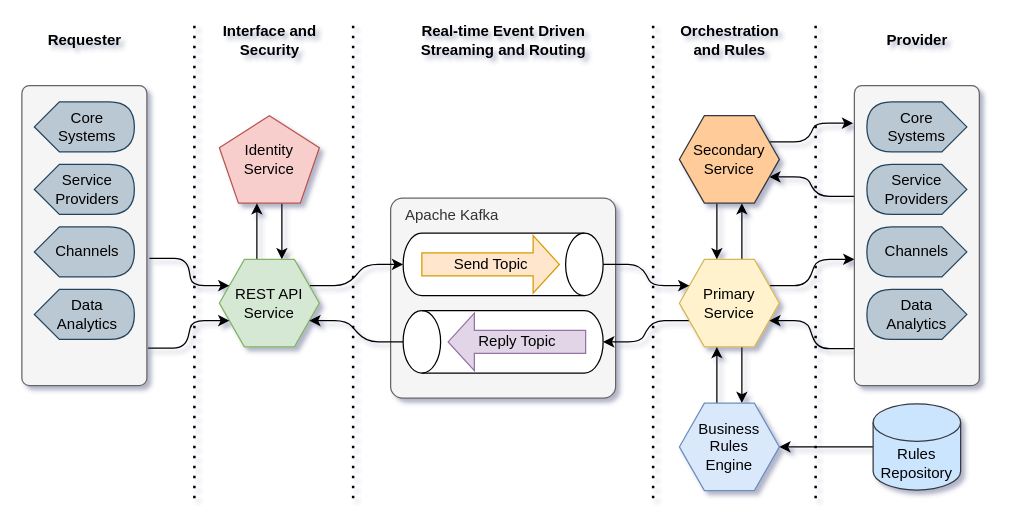
Earlier version of the draw.io diagram page "Proposed Design" (1 of 8) of Microservice Architecture.drawio (badenhorstp/readme). Source tidied: cells renumbered, new cells numbered last; positions are measured from the earlier drawing's top-left corner, leaving out a move shared by most shapes. Both pictures are drawn from the tidied source at 125%, with x=0, y=0 at pixel (21, 21).
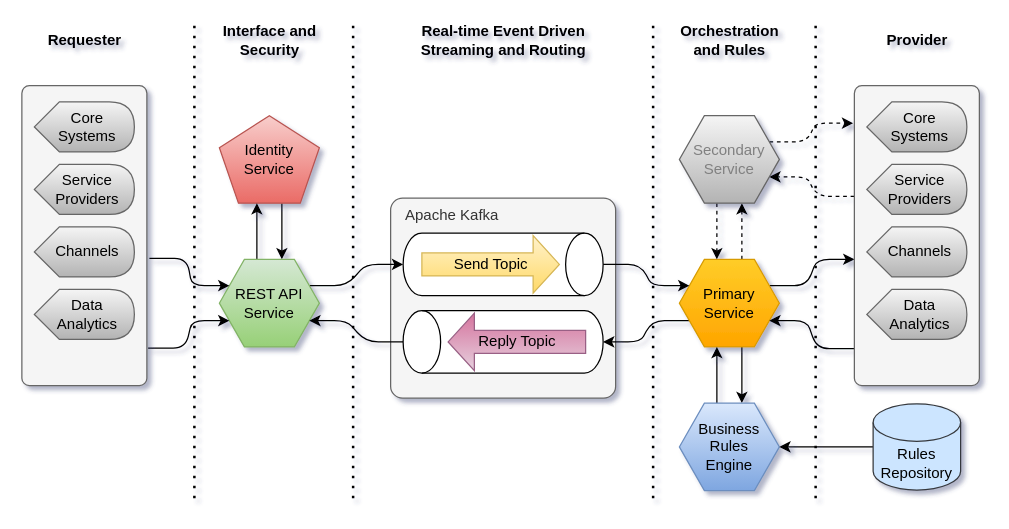
The same diagram, later.

The change refers to these unchanged cells:
```xml
<mxCell id="16" style="rounded=1;whiteSpace=wrap;html=1;arcSize=6;align=center;horizontal=1;verticalAlign=middle;spacingLeft=0;fillColor=#f5f5f5;strokeColor=#666666;fontColor=#333333;shadow=0;" parent="1" vertex="1">
  <mxGeometry x="666" y="51" width="100" height="240" as="geometry" />
</mxCell>
```

What changed in the source:
```diff
@@
-    <mxCell id="4" value="Identity&lt;br&gt;Service" style="whiteSpace=wrap;html=1;shape=mxgraph.basic.pentagon;fillColor=#f8cecc;strokeColor=#b85450;shadow=0;" parent="1" vertex="1">
+    <mxCell id="4" value="Identity&lt;br&gt;Service" style="whiteSpace=wrap;html=1;shape=mxgraph.basic.pentagon;fillColor=#f8cecc;strokeColor=#b85450;shadow=0;gradientColor=#ea6b66;" parent="1" vertex="1">
       <mxGeometry x="158" y="75" width="80" height="70" as="geometry" />
     </mxCell>
@@
-    <mxCell id="7" value="REST API&lt;br&gt;Service" style="shape=hexagon;perimeter=hexagonPerimeter2;whiteSpace=wrap;html=1;fixedSize=1;fillColor=#d5e8d4;strokeColor=#82b366;shadow=0;rounded=0;" parent="1" vertex="1">
+    <mxCell id="7" value="REST API&lt;br&gt;Service" style="shape=hexagon;perimeter=hexagonPerimeter2;whiteSpace=wrap;html=1;fixedSize=1;fillColor=#d5e8d4;strokeColor=#82b366;shadow=0;rounded=0;gradientColor=#97d077;" parent="1" vertex="1">
       <mxGeometry x="158" y="190" width="80" height="70" as="geometry" />
     </mxCell>
@@
-    <mxCell id="9" style="edgeStyle=none;rounded=0;jettySize=auto;html=1;exitX=0.625;exitY=0;exitDx=0;exitDy=0;entryX=0.625;entryY=1;entryDx=0;entryDy=0;" parent="1" edge="1" source="12" target="19">
+    <mxCell id="9" style="edgeStyle=none;rounded=0;jettySize=auto;html=1;exitX=0.625;exitY=0;exitDx=0;exitDy=0;entryX=0.625;entryY=1;entryDx=0;entryDy=0;dashed=1;" parent="1" edge="1" source="12" target="19">
       <mxGeometry relative="1" as="geometry" />
     </mxCell>
@@
-    <mxCell id="12" value="Primary Service" style="shape=hexagon;perimeter=hexagonPerimeter2;whiteSpace=wrap;html=1;fixedSize=1;fillColor=#fff2cc;strokeColor=#d6b656;shadow=0;" parent="1" vertex="1">
+    <mxCell id="12" value="Primary Service" style="shape=hexagon;perimeter=hexagonPerimeter2;whiteSpace=wrap;html=1;fixedSize=1;fillColor=#ffcd28;strokeColor=#d79b00;shadow=0;gradientColor=#ffa500;" parent="1" vertex="1">
       <mxGeometry x="526" y="190" width="80" height="70" as="geometry" />
     </mxCell>
@@
-    <mxCell id="15" style="edgeStyle=entityRelationEdgeStyle;rounded=1;jettySize=auto;html=1;exitX=0;exitY=0.369;exitDx=0;exitDy=0;entryX=1;entryY=0.75;entryDx=0;entryDy=0;exitPerimeter=0;" parent="1" edge="1" source="16" target="19">
+    <mxCell id="15" style="edgeStyle=entityRelationEdgeStyle;rounded=1;jettySize=auto;html=1;exitX=0;exitY=0.369;exitDx=0;exitDy=0;entryX=1;entryY=0.75;entryDx=0;entryDy=0;exitPerimeter=0;dashed=1;" parent="1" edge="1" source="16" target="19">
       <mxGeometry relative="1" as="geometry" />
     </mxCell>
@@
-    <mxCell id="17" style="edgeStyle=none;rounded=0;jettySize=auto;html=1;exitX=0.375;exitY=1;exitDx=0;exitDy=0;entryX=0.375;entryY=0;entryDx=0;entryDy=0;" parent="1" edge="1" source="19" target="12">
+    <mxCell id="17" style="edgeStyle=none;rounded=0;jettySize=auto;html=1;exitX=0.375;exitY=1;exitDx=0;exitDy=0;entryX=0.375;entryY=0;entryDx=0;entryDy=0;dashed=1;" parent="1" edge="1" source="19" target="12">
       <mxGeometry relative="1" as="geometry" />
     </mxCell>
-    <mxCell id="18" style="edgeStyle=entityRelationEdgeStyle;rounded=1;jettySize=auto;html=1;exitX=1;exitY=0.25;exitDx=0;exitDy=0;" parent="1" edge="1" source="19">
+    <mxCell id="18" style="edgeStyle=entityRelationEdgeStyle;rounded=1;jettySize=auto;html=1;exitX=1;exitY=0.25;exitDx=0;exitDy=0;dashed=1;" parent="1" edge="1" source="19">
       <mxGeometry relative="1" as="geometry">
         <mxPoint x="665" y="81" as="targetPoint" />
       </mxGeometry>
     </mxCell>
-    <mxCell id="19" value="Secondary Service" style="shape=hexagon;perimeter=hexagonPerimeter2;whiteSpace=wrap;html=1;fixedSize=1;fillColor=#ffcc99;strokeColor=#36393d;shadow=0;" parent="1" vertex="1">
+    <mxCell id="19" value="Secondary Service" style="shape=hexagon;perimeter=hexagonPerimeter2;whiteSpace=wrap;html=1;fixedSize=1;strokeColor=#666666;shadow=0;fillColor=#f5f5f5;gradientColor=#b3b3b3;fontColor=#808080;" parent="1" vertex="1">
       <mxGeometry x="526" y="75" width="80" height="70" as="geometry" />
     </mxCell>
@@
-    <mxCell id="22" value="Send Topic" style="html=1;shadow=0;dashed=0;align=center;verticalAlign=middle;shape=mxgraph.arrows2.arrow;dy=0.6;dx=21;notch=0;fillColor=#ffe6cc;strokeColor=#d79b00;" parent="1" vertex="1">
+    <mxCell id="22" value="Send Topic" style="html=1;shadow=0;dashed=0;align=center;verticalAlign=middle;shape=mxgraph.arrows2.arrow;dy=0.6;dx=21;notch=0;fillColor=#fff2cc;strokeColor=#d6b656;gradientColor=#ffd966;" parent="1" vertex="1">
       <mxGeometry x="320" y="171" width="110" height="46" as="geometry" />
     </mxCell>
@@
-    <mxCell id="24" value="Reply Topic" style="html=1;shadow=0;dashed=0;align=center;verticalAlign=middle;shape=mxgraph.arrows2.arrow;dy=0.6;dx=21;notch=0;fillColor=#e1d5e7;strokeColor=#9673a6;direction=west;" parent="1" vertex="1">
+    <mxCell id="24" value="Reply Topic" style="html=1;shadow=0;dashed=0;align=center;verticalAlign=middle;shape=mxgraph.arrows2.arrow;dy=0.6;dx=21;notch=0;fillColor=#e6d0de;strokeColor=#996185;direction=west;gradientColor=#d5739d;" parent="1" vertex="1">
       <mxGeometry x="341" y="233" width="110" height="46" as="geometry" />
     </mxCell>
@@
-    <mxCell id="36" value="Business Rules&lt;br&gt;Engine" style="shape=hexagon;perimeter=hexagonPerimeter2;whiteSpace=wrap;html=1;fixedSize=1;fillColor=#dae8fc;strokeColor=#6c8ebf;shadow=0;" parent="1" vertex="1">
+    <mxCell id="36" value="Business Rules&lt;br&gt;Engine" style="shape=hexagon;perimeter=hexagonPerimeter2;whiteSpace=wrap;html=1;fixedSize=1;fillColor=#dae8fc;strokeColor=#6c8ebf;shadow=0;gradientColor=#7ea6e0;" parent="1" vertex="1">
       <mxGeometry x="526" y="305" width="80" height="70" as="geometry" />
     </mxCell>
@@
-    <mxCell id="39" value="Core&lt;br&gt;Systems" style="shape=display;whiteSpace=wrap;html=1;rounded=0;shadow=0;glass=0;sketch=0;align=center;spacingLeft=5;fillColor=#bac8d3;strokeColor=#23445d;" parent="1" vertex="1">
+    <mxCell id="39" value="Core&lt;br&gt;Systems" style="shape=display;whiteSpace=wrap;html=1;rounded=0;shadow=0;glass=0;sketch=0;align=center;spacingLeft=5;fillColor=#f5f5f5;strokeColor=#666666;gradientColor=#b3b3b3;" parent="1" vertex="1">
       <mxGeometry x="10" y="64" width="80" height="40" as="geometry" />
     </mxCell>
-    <mxCell id="40" value="Service Providers" style="shape=display;whiteSpace=wrap;html=1;rounded=0;shadow=0;glass=0;sketch=0;align=center;spacingTop=0;spacingLeft=5;fillColor=#bac8d3;strokeColor=#23445d;" parent="1" vertex="1">
+    <mxCell id="40" value="Service Providers" style="shape=display;whiteSpace=wrap;html=1;rounded=0;shadow=0;glass=0;sketch=0;align=center;spacingTop=0;spacingLeft=5;fillColor=#f5f5f5;strokeColor=#666666;gradientColor=#b3b3b3;" parent="1" vertex="1">
       <mxGeometry x="10" y="114" width="80" height="40" as="geometry" />
     </mxCell>
-    <mxCell id="41" value="Channels" style="shape=display;whiteSpace=wrap;html=1;rounded=0;shadow=0;glass=0;sketch=0;align=center;spacingTop=0;spacingLeft=5;fillColor=#bac8d3;strokeColor=#23445d;" parent="1" vertex="1">
+    <mxCell id="41" value="Channels" style="shape=display;whiteSpace=wrap;html=1;rounded=0;shadow=0;glass=0;sketch=0;align=center;spacingTop=0;spacingLeft=5;fillColor=#f5f5f5;strokeColor=#666666;gradientColor=#b3b3b3;" parent="1" vertex="1">
       <mxGeometry x="10" y="164" width="80" height="40" as="geometry" />
     </mxCell>
-    <mxCell id="42" value="Data&lt;br&gt;Analytics" style="shape=display;whiteSpace=wrap;html=1;rounded=0;shadow=0;glass=0;sketch=0;align=center;spacingTop=0;spacingLeft=5;fillColor=#bac8d3;strokeColor=#23445d;" parent="1" vertex="1">
+    <mxCell id="42" value="Data&lt;br&gt;Analytics" style="shape=display;whiteSpace=wrap;html=1;rounded=0;shadow=0;glass=0;sketch=0;align=center;spacingTop=0;spacingLeft=5;fillColor=#f5f5f5;strokeColor=#666666;gradientColor=#b3b3b3;" parent="1" vertex="1">
       <mxGeometry x="10" y="214" width="80" height="40" as="geometry" />
     </mxCell>
-    <mxCell id="43" value="Core&lt;br&gt;Systems" style="shape=display;whiteSpace=wrap;html=1;rounded=0;shadow=0;glass=0;sketch=0;align=center;spacingLeft=0;direction=west;fillColor=#bac8d3;strokeColor=#23445d;" parent="1" vertex="1">
+    <mxCell id="43" value="Core&lt;br&gt;Systems" style="shape=display;whiteSpace=wrap;html=1;rounded=0;shadow=0;glass=0;sketch=0;align=center;spacingLeft=5;direction=east;fillColor=#f5f5f5;strokeColor=#666666;gradientColor=#b3b3b3;" parent="1" vertex="1">
       <mxGeometry x="676" y="64" width="80" height="40" as="geometry" />
     </mxCell>
-    <mxCell id="44" value="Service Providers" style="shape=display;whiteSpace=wrap;html=1;rounded=0;shadow=0;glass=0;sketch=0;align=center;spacingTop=0;spacingLeft=0;direction=west;fillColor=#bac8d3;strokeColor=#23445d;" parent="1" vertex="1">
+    <mxCell id="44" value="Service Providers" style="shape=display;whiteSpace=wrap;html=1;rounded=0;shadow=0;glass=0;sketch=0;align=center;spacingTop=0;spacingLeft=5;direction=east;fillColor=#f5f5f5;strokeColor=#666666;gradientColor=#b3b3b3;" parent="1" vertex="1">
       <mxGeometry x="676" y="114" width="80" height="40" as="geometry" />
     </mxCell>
-    <mxCell id="45" value="Channels" style="shape=display;whiteSpace=wrap;html=1;rounded=0;shadow=0;glass=0;sketch=0;align=center;spacingTop=0;spacingLeft=0;direction=west;fillColor=#bac8d3;strokeColor=#23445d;" parent="1" vertex="1">
+    <mxCell id="45" value="Channels" style="shape=display;whiteSpace=wrap;html=1;rounded=0;shadow=0;glass=0;sketch=0;align=center;spacingTop=0;spacingLeft=5;direction=east;fillColor=#f5f5f5;strokeColor=#666666;gradientColor=#b3b3b3;" parent="1" vertex="1">
       <mxGeometry x="676" y="164" width="80" height="40" as="geometry" />
     </mxCell>
-    <mxCell id="46" value="Data&lt;br&gt;Analytics" style="shape=display;whiteSpace=wrap;html=1;rounded=0;shadow=0;glass=0;sketch=0;align=center;spacingTop=0;spacingLeft=0;direction=west;fillColor=#bac8d3;strokeColor=#23445d;" parent="1" vertex="1">
+    <mxCell id="46" value="Data&lt;br&gt;Analytics" style="shape=display;whiteSpace=wrap;html=1;rounded=0;shadow=0;glass=0;sketch=0;align=center;spacingTop=0;spacingLeft=5;direction=east;fillColor=#f5f5f5;strokeColor=#666666;gradientColor=#b3b3b3;" parent="1" vertex="1">
       <mxGeometry x="676" y="214" width="80" height="40" as="geometry" />
     </mxCell>
```
